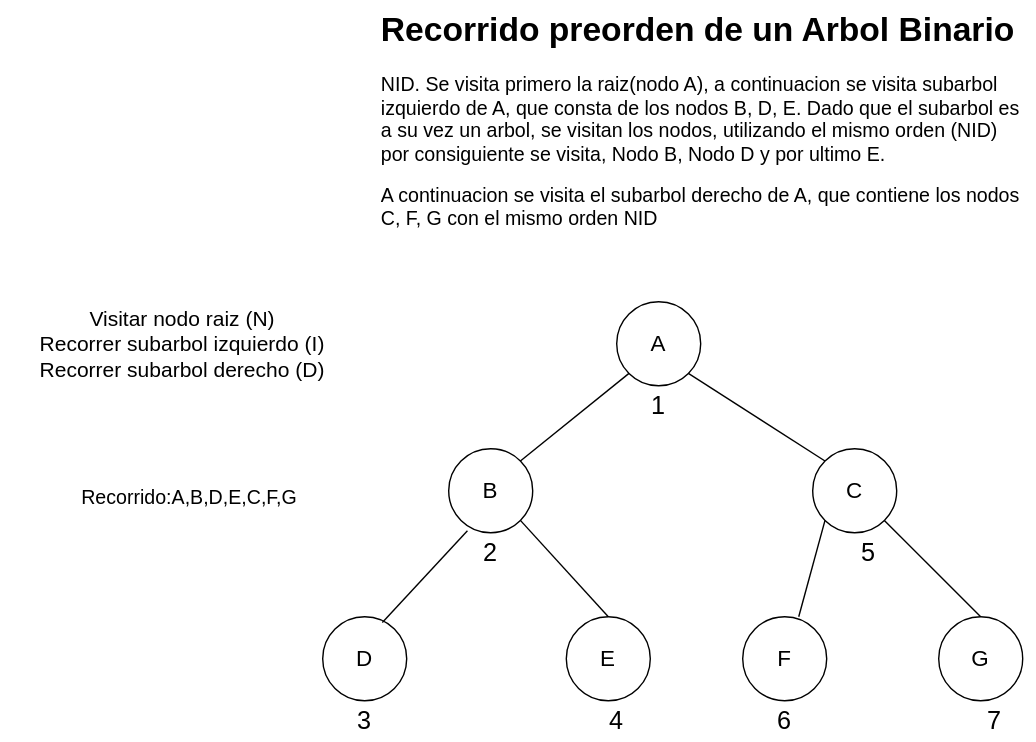
Above: Estructura-de-datos/Arboles/preorden.drawio.svg in Nordcode-cyber/Algoritmos-Estructdatos (draw.io), before the change. Source tidied: cells renumbered, new cells last; positions are measured from the earlier drawing's top-left corner, leaving out a move shared by most shapes. Its diagram source:
```xml
<mxGraphModel>
  <root>
    <mxCell id="0" />
    <mxCell id="1" parent="0" />
    <mxCell id="2" value="&lt;h1 style=&quot;margin-top: 0px;&quot;&gt;Recorrido preorden de un Arbol Binario&lt;/h1&gt;&lt;p&gt;&lt;font style=&quot;font-size: 14px;&quot;&gt;NID. Se visita primero la raiz(nodo A), a continuacion se visita subarbol izquierdo de A, que consta de los nodos B, D, E. Dado que el subarbol es a su vez un arbol, se visitan los nodos, utilizando el mismo orden (NID) por consiguiente se visita, Nodo B, Nodo D y por ultimo E.&lt;/font&gt;&lt;/p&gt;&lt;p&gt;&lt;font style=&quot;font-size: 14px;&quot;&gt;A continuacion se visita el subarbol derecho de A, que contiene los nodos C, F, G con el mismo orden NID&lt;/font&gt;&lt;/p&gt;" style="text;html=1;whiteSpace=wrap;overflow=hidden;rounded=0;" parent="1" vertex="1">
      <mxGeometry x="270" width="460" height="190" as="geometry" />
    </mxCell>
    <mxCell id="3" value="&lt;font style=&quot;font-size: 15px; color: light-dark(rgb(0, 0, 0), rgb(102, 255, 102));&quot;&gt;Visitar nodo raiz (N)&lt;/font&gt;&lt;div&gt;&lt;font style=&quot;font-size: 15px; color: light-dark(rgb(0, 0, 0), rgb(102, 255, 102));&quot;&gt;Recorrer subarbol izquierdo (I)&lt;/font&gt;&lt;/div&gt;&lt;div&gt;&lt;font style=&quot;font-size: 15px; color: light-dark(rgb(0, 0, 0), rgb(102, 255, 102));&quot;&gt;Recorrer subarbol derecho (D)&lt;/font&gt;&lt;/div&gt;" style="text;html=1;align=center;verticalAlign=middle;whiteSpace=wrap;rounded=0;" parent="1" vertex="1">
      <mxGeometry y="200" width="260" height="90" as="geometry" />
    </mxCell>
    <mxCell id="4" style="ellipse;whiteSpace=wrap;html=1;fillColor=none;" parent="1" vertex="1">
      <mxGeometry x="440" y="215" width="60" height="60" as="geometry" />
    </mxCell>
    <mxCell id="5" style="ellipse;whiteSpace=wrap;html=1;fillColor=none;" parent="1" vertex="1">
      <mxGeometry x="320" y="320" width="60" height="60" as="geometry" />
    </mxCell>
    <mxCell id="6" style="ellipse;whiteSpace=wrap;html=1;fillColor=none;" parent="1" vertex="1">
      <mxGeometry x="580" y="320" width="60" height="60" as="geometry" />
    </mxCell>
    <mxCell id="7" style="ellipse;whiteSpace=wrap;html=1;fillColor=none;" parent="1" vertex="1">
      <mxGeometry x="230" y="440" width="60" height="60" as="geometry" />
    </mxCell>
    <mxCell id="8" style="ellipse;whiteSpace=wrap;html=1;fillColor=none;" parent="1" vertex="1">
      <mxGeometry x="404" y="440" width="60" height="60" as="geometry" />
    </mxCell>
    <mxCell id="9" style="ellipse;whiteSpace=wrap;html=1;fillColor=none;" parent="1" vertex="1">
      <mxGeometry x="530" y="440" width="60" height="60" as="geometry" />
    </mxCell>
    <mxCell id="10" style="ellipse;whiteSpace=wrap;html=1;fillColor=none;" parent="1" vertex="1">
      <mxGeometry x="670" y="440" width="60" height="60" as="geometry" />
    </mxCell>
    <mxCell id="11" value="&lt;font style=&quot;color: light-dark(rgb(0, 0, 0), rgb(102, 255, 102)); font-size: 16px;&quot;&gt;A&lt;/font&gt;" style="text;html=1;align=center;verticalAlign=middle;whiteSpace=wrap;rounded=0;" parent="1" vertex="1">
      <mxGeometry x="440" y="230" width="60" height="30" as="geometry" />
    </mxCell>
    <mxCell id="12" value="&lt;font style=&quot;color: light-dark(rgb(0, 0, 0), rgb(102, 255, 102)); font-size: 16px;&quot;&gt;B&lt;/font&gt;" style="text;html=1;align=center;verticalAlign=middle;whiteSpace=wrap;rounded=0;" parent="1" vertex="1">
      <mxGeometry x="320" y="335" width="60" height="30" as="geometry" />
    </mxCell>
    <mxCell id="13" value="&lt;font style=&quot;color: light-dark(rgb(0, 0, 0), rgb(102, 255, 102)); font-size: 16px;&quot;&gt;C&lt;/font&gt;" style="text;html=1;align=center;verticalAlign=middle;whiteSpace=wrap;rounded=0;" parent="1" vertex="1">
      <mxGeometry x="580" y="335" width="60" height="30" as="geometry" />
    </mxCell>
    <mxCell id="14" value="&lt;font style=&quot;color: light-dark(rgb(0, 0, 0), rgb(102, 255, 102)); font-size: 16px;&quot;&gt;D&lt;/font&gt;" style="text;html=1;align=center;verticalAlign=middle;whiteSpace=wrap;rounded=0;" parent="1" vertex="1">
      <mxGeometry x="230" y="455" width="60" height="30" as="geometry" />
    </mxCell>
    <mxCell id="15" value="&lt;font style=&quot;color: light-dark(rgb(0, 0, 0), rgb(102, 255, 102)); font-size: 16px;&quot;&gt;E&lt;/font&gt;" style="text;html=1;align=center;verticalAlign=middle;whiteSpace=wrap;rounded=0;" parent="1" vertex="1">
      <mxGeometry x="404" y="455" width="60" height="30" as="geometry" />
    </mxCell>
    <mxCell id="16" value="&lt;font style=&quot;font-size: 16px; color: light-dark(rgb(0, 0, 0), rgb(102, 255, 102));&quot;&gt;F&lt;/font&gt;" style="text;html=1;align=center;verticalAlign=middle;whiteSpace=wrap;rounded=0;" parent="1" vertex="1">
      <mxGeometry x="530" y="455" width="60" height="30" as="geometry" />
    </mxCell>
    <mxCell id="17" value="&lt;font style=&quot;font-size: 16px; color: light-dark(rgb(0, 0, 0), rgb(102, 255, 102));&quot;&gt;G&lt;/font&gt;" style="text;html=1;align=center;verticalAlign=middle;whiteSpace=wrap;rounded=0;" parent="1" vertex="1">
      <mxGeometry x="670" y="455" width="60" height="30" as="geometry" />
    </mxCell>
    <mxCell id="18" style="endArrow=none;html=1;exitX=1;exitY=0;exitDx=0;exitDy=0;entryX=0;entryY=1;entryDx=0;entryDy=0;" parent="1" edge="1" source="5" target="4">
      <mxGeometry relative="1" as="geometry" />
    </mxCell>
    <mxCell id="19" style="endArrow=none;html=1;exitX=0;exitY=0;exitDx=0;exitDy=0;entryX=1;entryY=1;entryDx=0;entryDy=0;" parent="1" edge="1" source="6" target="4">
      <mxGeometry relative="1" as="geometry" />
    </mxCell>
    <mxCell id="20" style="endArrow=none;html=1;entryX=0.223;entryY=0.977;entryDx=0;entryDy=0;entryPerimeter=0;exitX=0.71;exitY=0.07;exitDx=0;exitDy=0;exitPerimeter=0;" parent="1" edge="1" source="7" target="5">
      <mxGeometry relative="1" as="geometry" />
    </mxCell>
    <mxCell id="21" style="endArrow=none;html=1;entryX=1;entryY=1;entryDx=0;entryDy=0;exitX=0.5;exitY=0;exitDx=0;exitDy=0;" parent="1" edge="1" source="8" target="5">
      <mxGeometry relative="1" as="geometry" />
    </mxCell>
    <mxCell id="22" style="endArrow=none;html=1;exitX=0.5;exitY=0;exitDx=0;exitDy=0;entryX=1;entryY=1;entryDx=0;entryDy=0;" parent="1" edge="1" source="10" target="6">
      <mxGeometry relative="1" as="geometry" />
    </mxCell>
    <mxCell id="23" style="endArrow=none;html=1;entryX=0;entryY=1;entryDx=0;entryDy=0;exitX=0.667;exitY=0;exitDx=0;exitDy=0;exitPerimeter=0;" parent="1" edge="1" source="9" target="6">
      <mxGeometry relative="1" as="geometry" />
    </mxCell>
    <mxCell id="24" value="&lt;font style=&quot;font-size: 18px; color: light-dark(rgb(0, 0, 0), rgb(153, 0, 0));&quot;&gt;1&lt;/font&gt;" style="text;html=1;align=center;verticalAlign=middle;whiteSpace=wrap;rounded=0;" parent="1" vertex="1">
      <mxGeometry x="440" y="275" width="60" height="30" as="geometry" />
    </mxCell>
    <mxCell id="25" value="&lt;font style=&quot;font-size: 18px; color: light-dark(rgb(0, 0, 0), rgb(153, 0, 0));&quot;&gt;2&lt;/font&gt;" style="text;html=1;align=center;verticalAlign=middle;whiteSpace=wrap;rounded=0;" parent="1" vertex="1">
      <mxGeometry x="320" y="380" width="60" height="30" as="geometry" />
    </mxCell>
    <mxCell id="26" value="&lt;font style=&quot;font-size: 18px; color: light-dark(rgb(0, 0, 0), rgb(153, 0, 0));&quot;&gt;3&lt;/font&gt;" style="text;html=1;align=center;verticalAlign=middle;whiteSpace=wrap;rounded=0;" parent="1" vertex="1">
      <mxGeometry x="230" y="500" width="60" height="30" as="geometry" />
    </mxCell>
    <mxCell id="27" value="&lt;font style=&quot;font-size: 18px; color: light-dark(rgb(0, 0, 0), rgb(153, 0, 0));&quot;&gt;4&lt;/font&gt;" style="text;html=1;align=center;verticalAlign=middle;whiteSpace=wrap;rounded=0;" parent="1" vertex="1">
      <mxGeometry x="410" y="500" width="60" height="30" as="geometry" />
    </mxCell>
    <mxCell id="28" value="&lt;font style=&quot;font-size: 18px; color: light-dark(rgb(0, 0, 0), rgb(153, 0, 0));&quot;&gt;5&lt;/font&gt;" style="text;html=1;align=center;verticalAlign=middle;whiteSpace=wrap;rounded=0;" parent="1" vertex="1">
      <mxGeometry x="590" y="380" width="60" height="30" as="geometry" />
    </mxCell>
    <mxCell id="29" value="&lt;font style=&quot;font-size: 18px; color: light-dark(rgb(0, 0, 0), rgb(153, 0, 0));&quot;&gt;6&lt;/font&gt;" style="text;html=1;align=center;verticalAlign=middle;whiteSpace=wrap;rounded=0;" parent="1" vertex="1">
      <mxGeometry x="530" y="500" width="60" height="30" as="geometry" />
    </mxCell>
    <mxCell id="30" value="&lt;font style=&quot;font-size: 18px; color: light-dark(rgb(0, 0, 0), rgb(153, 0, 0));&quot;&gt;7&lt;/font&gt;" style="text;html=1;align=center;verticalAlign=middle;whiteSpace=wrap;rounded=0;" parent="1" vertex="1">
      <mxGeometry x="680" y="500" width="60" height="30" as="geometry" />
    </mxCell>
    <mxCell id="31" value="&lt;font style=&quot;font-size: 14px; color: light-dark(rgb(0, 0, 0), rgb(102, 255, 102));&quot;&gt;Recorrido:A,B,D,E,C,F,G&lt;/font&gt;" style="text;html=1;align=center;verticalAlign=middle;whiteSpace=wrap;rounded=0;" parent="1" vertex="1">
      <mxGeometry x="50" y="340" width="170" height="30" as="geometry" />
    </mxCell>
  </root>
</mxGraphModel>
```
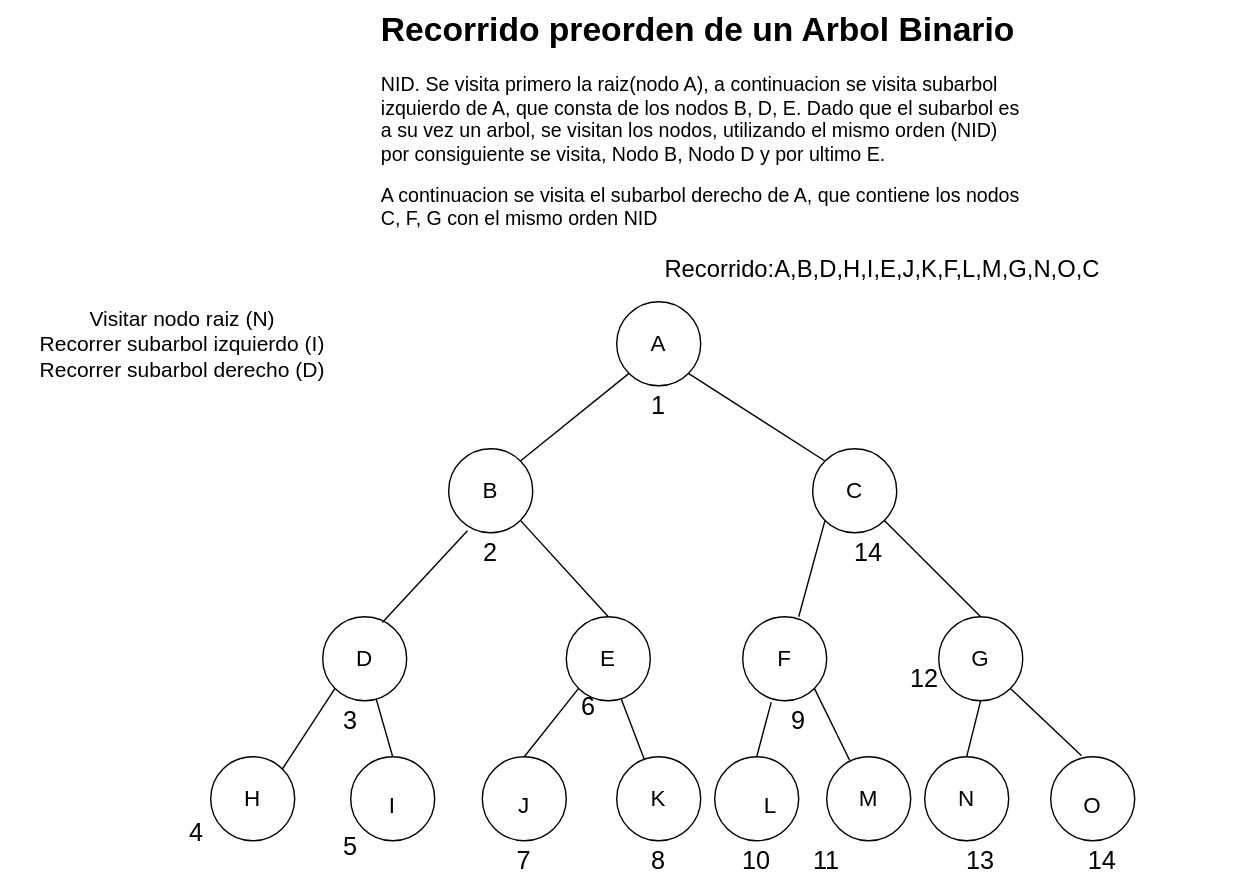
Later version of the same file.

What changed in the source:
```diff
@@ -74,23 +74,119 @@
     <mxCell id="25" value="&lt;font style=&quot;font-size: 18px; color: light-dark(rgb(0, 0, 0), rgb(153, 0, 0));&quot;&gt;2&lt;/font&gt;" style="text;html=1;align=center;verticalAlign=middle;whiteSpace=wrap;rounded=0;" parent="1" vertex="1">
       <mxGeometry x="320" y="380" width="60" height="30" as="geometry" />
     </mxCell>
+    <mxCell id="31" value="&lt;font style=&quot;color: light-dark(rgb(0, 0, 0), rgb(102, 255, 102)); font-size: 17px;&quot;&gt;Recorrido:A,B,D,H,I,E,J,K,F,L,M,G,N,O,C&lt;/font&gt;&lt;div&gt;&lt;br&gt;&lt;/div&gt;" style="text;html=1;align=center;verticalAlign=middle;whiteSpace=wrap;rounded=0;" parent="1" vertex="1">
+      <mxGeometry x="370" y="180" width="520" height="40" as="geometry" />
+    </mxCell>
+    <mxCell id="32" style="ellipse;whiteSpace=wrap;html=1;fillColor=none;" parent="1" vertex="1">
+      <mxGeometry x="150" y="540" width="60" height="60" as="geometry" />
+    </mxCell>
+    <mxCell id="33" style="ellipse;whiteSpace=wrap;html=1;fillColor=none;" parent="1" vertex="1">
+      <mxGeometry x="250" y="540" width="60" height="60" as="geometry" />
+    </mxCell>
+    <mxCell id="34" style="ellipse;whiteSpace=wrap;html=1;fillColor=none;" parent="1" vertex="1">
+      <mxGeometry x="440" y="540" width="60" height="60" as="geometry" />
+    </mxCell>
+    <mxCell id="35" style="ellipse;whiteSpace=wrap;html=1;fillColor=none;" parent="1" vertex="1">
+      <mxGeometry x="344" y="540" width="60" height="60" as="geometry" />
+    </mxCell>
+    <mxCell id="36" style="ellipse;whiteSpace=wrap;html=1;fillColor=none;" parent="1" vertex="1">
+      <mxGeometry x="510" y="540" width="60" height="60" as="geometry" />
+    </mxCell>
+    <mxCell id="37" style="ellipse;whiteSpace=wrap;html=1;fillColor=none;" parent="1" vertex="1">
+      <mxGeometry x="590" y="540" width="60" height="60" as="geometry" />
+    </mxCell>
+    <mxCell id="38" style="ellipse;whiteSpace=wrap;html=1;fillColor=none;" parent="1" vertex="1">
+      <mxGeometry x="750" y="540" width="60" height="60" as="geometry" />
+    </mxCell>
+    <mxCell id="39" style="ellipse;whiteSpace=wrap;html=1;fillColor=none;" parent="1" vertex="1">
+      <mxGeometry x="660" y="540" width="60" height="60" as="geometry" />
+    </mxCell>
+    <mxCell id="40" style="endArrow=none;html=1;entryX=0;entryY=1;entryDx=0;entryDy=0;exitX=1;exitY=0;exitDx=0;exitDy=0;" parent="1" edge="1" source="32" target="7">
+      <mxGeometry relative="1" as="geometry" />
+    </mxCell>
+    <mxCell id="41" style="endArrow=none;html=1;exitX=0.5;exitY=0;exitDx=0;exitDy=0;" parent="1" edge="1" source="33" target="7">
+      <mxGeometry relative="1" as="geometry" />
+    </mxCell>
+    <mxCell id="42" style="endArrow=none;html=1;entryX=0;entryY=1;entryDx=0;entryDy=0;exitX=0.5;exitY=0;exitDx=0;exitDy=0;" parent="1" edge="1" source="35" target="8">
+      <mxGeometry relative="1" as="geometry" />
+    </mxCell>
+    <mxCell id="43" style="endArrow=none;html=1;entryX=0.653;entryY=0.977;entryDx=0;entryDy=0;entryPerimeter=0;" parent="1" edge="1" source="34" target="8">
+      <mxGeometry relative="1" as="geometry" />
+    </mxCell>
+    <mxCell id="44" style="endArrow=none;html=1;exitX=0.5;exitY=0;exitDx=0;exitDy=0;entryX=0.34;entryY=1.017;entryDx=0;entryDy=0;entryPerimeter=0;" parent="1" edge="1" source="36" target="9">
+      <mxGeometry relative="1" as="geometry" />
+    </mxCell>
+    <mxCell id="45" style="endArrow=none;html=1;exitX=0.273;exitY=0.043;exitDx=0;exitDy=0;exitPerimeter=0;entryX=1;entryY=1;entryDx=0;entryDy=0;" parent="1" edge="1" source="37" target="9">
+      <mxGeometry relative="1" as="geometry" />
+    </mxCell>
+    <mxCell id="46" style="endArrow=none;html=1;entryX=0.5;entryY=1;entryDx=0;entryDy=0;exitX=0.5;exitY=0;exitDx=0;exitDy=0;" parent="1" edge="1" source="39" target="10">
+      <mxGeometry relative="1" as="geometry" />
+    </mxCell>
+    <mxCell id="47" style="endArrow=none;html=1;exitX=0.367;exitY=-0.01;exitDx=0;exitDy=0;exitPerimeter=0;entryX=1;entryY=1;entryDx=0;entryDy=0;" parent="1" edge="1" source="38" target="10">
+      <mxGeometry relative="1" as="geometry" />
+    </mxCell>
+    <mxCell id="48" value="&lt;font style=&quot;color: light-dark(rgb(0, 0, 0), rgb(102, 255, 102)); font-size: 16px;&quot;&gt;H&lt;/font&gt;" style="text;html=1;align=center;verticalAlign=middle;whiteSpace=wrap;rounded=0;" parent="1" vertex="1">
+      <mxGeometry x="150" y="555" width="60" height="30" as="geometry" />
+    </mxCell>
+    <mxCell id="49" value="&lt;font style=&quot;color: light-dark(rgb(0, 0, 0), rgb(102, 255, 102)); font-size: 16px;&quot;&gt;I&lt;/font&gt;" style="text;html=1;align=center;verticalAlign=middle;whiteSpace=wrap;rounded=0;" parent="1" vertex="1">
+      <mxGeometry x="250" y="560" width="60" height="30" as="geometry" />
+    </mxCell>
+    <mxCell id="50" value="&lt;font style=&quot;color: light-dark(rgb(0, 0, 0), rgb(102, 255, 102)); font-size: 16px;&quot;&gt;J&lt;/font&gt;" style="text;html=1;align=center;verticalAlign=middle;whiteSpace=wrap;rounded=0;" parent="1" vertex="1">
+      <mxGeometry x="344" y="560" width="60" height="30" as="geometry" />
+    </mxCell>
+    <mxCell id="51" value="&lt;font style=&quot;color: light-dark(rgb(0, 0, 0), rgb(102, 255, 102)); font-size: 16px;&quot;&gt;K&lt;/font&gt;" style="text;html=1;align=center;verticalAlign=middle;whiteSpace=wrap;rounded=0;" parent="1" vertex="1">
+      <mxGeometry x="440" y="555" width="60" height="30" as="geometry" />
+    </mxCell>
+    <mxCell id="52" value="&lt;font style=&quot;color: light-dark(rgb(0, 0, 0), rgb(102, 255, 102)); font-size: 16px;&quot;&gt;L&lt;/font&gt;" style="text;html=1;align=center;verticalAlign=middle;whiteSpace=wrap;rounded=0;" parent="1" vertex="1">
+      <mxGeometry x="520" y="560" width="60" height="30" as="geometry" />
+    </mxCell>
+    <mxCell id="53" value="&lt;font style=&quot;color: light-dark(rgb(0, 0, 0), rgb(102, 255, 102)); font-size: 16px;&quot;&gt;M&lt;/font&gt;" style="text;html=1;align=center;verticalAlign=middle;whiteSpace=wrap;rounded=0;" parent="1" vertex="1">
+      <mxGeometry x="590" y="555" width="60" height="30" as="geometry" />
+    </mxCell>
+    <mxCell id="54" value="&lt;font style=&quot;color: light-dark(rgb(0, 0, 0), rgb(102, 255, 102)); font-size: 16px;&quot;&gt;N&lt;/font&gt;" style="text;html=1;align=center;verticalAlign=middle;whiteSpace=wrap;rounded=0;" parent="1" vertex="1">
+      <mxGeometry x="660" y="555" width="60" height="30" as="geometry" />
+    </mxCell>
+    <mxCell id="55" value="&lt;font style=&quot;color: light-dark(rgb(0, 0, 0), rgb(102, 255, 102)); font-size: 16px;&quot;&gt;O&lt;/font&gt;" style="text;html=1;align=center;verticalAlign=middle;whiteSpace=wrap;rounded=0;" parent="1" vertex="1">
+      <mxGeometry x="750" y="560" width="60" height="30" as="geometry" />
+    </mxCell>
     <mxCell id="26" value="&lt;font style=&quot;font-size: 18px; color: light-dark(rgb(0, 0, 0), rgb(153, 0, 0));&quot;&gt;3&lt;/font&gt;" style="text;html=1;align=center;verticalAlign=middle;whiteSpace=wrap;rounded=0;" parent="1" vertex="1">
-      <mxGeometry x="230" y="500" width="60" height="30" as="geometry" />
+      <mxGeometry x="220" y="500" width="60" height="30" as="geometry" />
     </mxCell>
     <mxCell id="27" value="&lt;font style=&quot;font-size: 18px; color: light-dark(rgb(0, 0, 0), rgb(153, 0, 0));&quot;&gt;4&lt;/font&gt;" style="text;html=1;align=center;verticalAlign=middle;whiteSpace=wrap;rounded=0;" parent="1" vertex="1">
-      <mxGeometry x="410" y="500" width="60" height="30" as="geometry" />
+      <mxGeometry x="110" y="580" width="60" height="30" as="geometry" />
     </mxCell>
+    <mxCell id="56" value="&lt;font style=&quot;font-size: 18px; color: light-dark(rgb(0, 0, 0), rgb(153, 0, 0));&quot;&gt;14&lt;/font&gt;" style="text;html=1;align=center;verticalAlign=middle;whiteSpace=wrap;rounded=0;" parent="1" vertex="1">
+      <mxGeometry x="590" y="380" width="60" height="30" as="geometry" />
+    </mxCell>
+    <mxCell id="57" value="&lt;font style=&quot;font-size: 18px; color: light-dark(rgb(0, 0, 0), rgb(153, 0, 0));&quot;&gt;9&lt;/font&gt;" style="text;html=1;align=center;verticalAlign=middle;whiteSpace=wrap;rounded=0;" parent="1" vertex="1">
+      <mxGeometry x="540" y="500" width="60" height="30" as="geometry" />
+    </mxCell>
+    <mxCell id="58" value="&lt;font style=&quot;font-size: 18px; color: light-dark(rgb(0, 0, 0), rgb(153, 0, 0));&quot;&gt;12&lt;/font&gt;" style="text;html=1;align=center;verticalAlign=middle;whiteSpace=wrap;rounded=0;" parent="1" vertex="1">
+      <mxGeometry x="630" y="470" width="60" height="30" as="geometry" />
+    </mxCell>
     <mxCell id="28" value="&lt;font style=&quot;font-size: 18px; color: light-dark(rgb(0, 0, 0), rgb(153, 0, 0));&quot;&gt;5&lt;/font&gt;" style="text;html=1;align=center;verticalAlign=middle;whiteSpace=wrap;rounded=0;" parent="1" vertex="1">
-      <mxGeometry x="590" y="380" width="60" height="30" as="geometry" />
+      <mxGeometry x="220" y="590" width="60" height="30" as="geometry" />
     </mxCell>
     <mxCell id="29" value="&lt;font style=&quot;font-size: 18px; color: light-dark(rgb(0, 0, 0), rgb(153, 0, 0));&quot;&gt;6&lt;/font&gt;" style="text;html=1;align=center;verticalAlign=middle;whiteSpace=wrap;rounded=0;" parent="1" vertex="1">
-      <mxGeometry x="530" y="500" width="60" height="30" as="geometry" />
+      <mxGeometry x="390" y="490" width="60" height="30" as="geometry" />
     </mxCell>
     <mxCell id="30" value="&lt;font style=&quot;font-size: 18px; color: light-dark(rgb(0, 0, 0), rgb(153, 0, 0));&quot;&gt;7&lt;/font&gt;" style="text;html=1;align=center;verticalAlign=middle;whiteSpace=wrap;rounded=0;" parent="1" vertex="1">
-      <mxGeometry x="680" y="500" width="60" height="30" as="geometry" />
+      <mxGeometry x="344" y="600" width="60" height="30" as="geometry" />
     </mxCell>
-    <mxCell id="31" value="&lt;font style=&quot;font-size: 14px; color: light-dark(rgb(0, 0, 0), rgb(102, 255, 102));&quot;&gt;Recorrido:A,B,D,E,C,F,G&lt;/font&gt;" style="text;html=1;align=center;verticalAlign=middle;whiteSpace=wrap;rounded=0;" parent="1" vertex="1">
-      <mxGeometry x="50" y="340" width="170" height="30" as="geometry" />
-    </mxCell>
+    <mxCell id="59" value="&lt;font style=&quot;font-size: 18px; color: light-dark(rgb(0, 0, 0), rgb(153, 0, 0));&quot;&gt;8&lt;/font&gt;" style="text;html=1;align=center;verticalAlign=middle;whiteSpace=wrap;rounded=0;" parent="1" vertex="1">
+      <mxGeometry x="440" y="600" width="60" height="30" as="geometry" />
+    </mxCell>
+    <mxCell id="60" value="&lt;font style=&quot;font-size: 18px; color: light-dark(rgb(0, 0, 0), rgb(153, 0, 0));&quot;&gt;10&lt;/font&gt;" style="text;html=1;align=center;verticalAlign=middle;whiteSpace=wrap;rounded=0;" parent="1" vertex="1">
+      <mxGeometry x="510" y="600" width="60" height="30" as="geometry" />
+    </mxCell>
+    <mxCell id="61" value="&lt;font style=&quot;font-size: 18px; color: light-dark(rgb(0, 0, 0), rgb(153, 0, 0));&quot;&gt;11&lt;/font&gt;" style="text;html=1;align=center;verticalAlign=middle;whiteSpace=wrap;rounded=0;" parent="1" vertex="1">
+      <mxGeometry x="560" y="600" width="60" height="30" as="geometry" />
+    </mxCell>
+    <mxCell id="62" value="&lt;font style=&quot;font-size: 18px; color: light-dark(rgb(0, 0, 0), rgb(153, 0, 0));&quot;&gt;13&lt;/font&gt;" style="text;html=1;align=center;verticalAlign=middle;whiteSpace=wrap;rounded=0;" parent="1" vertex="1">
+      <mxGeometry x="670" y="600" width="60" height="30" as="geometry" />
+    </mxCell>
+    <mxCell id="63" value="&lt;font style=&quot;font-size: 18px; color: light-dark(rgb(0, 0, 0), rgb(153, 0, 0));&quot;&gt;14&lt;/font&gt;" style="text;html=1;align=center;verticalAlign=middle;whiteSpace=wrap;rounded=0;" parent="1" vertex="1">
+      <mxGeometry x="757" y="600" width="60" height="30" as="geometry" />
+    </mxCell>
   </root>
 </mxGraphModel>
```
